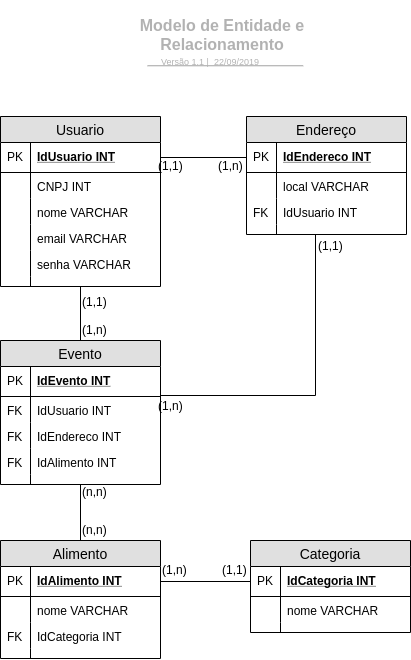
Earlier version of the draw.io export docs/images/MER.png (fga-eps-mds/2019.2-FoodCare). Source tidied: cells renumbered, new cells last; positions are measured from the earlier drawing's top-left corner, leaving out a move shared by most shapes.
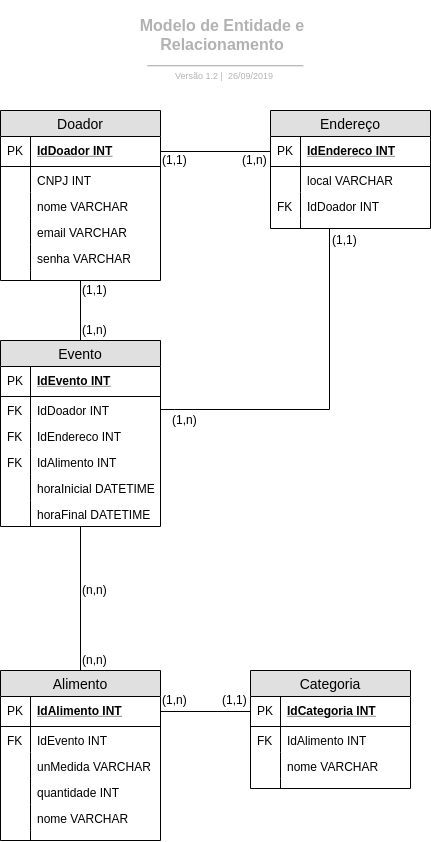
The same file after the commit.

Commit message:
Adiciona v2 do MER

Change to the diagram source:
```diff
@@ -14,13 +14,13 @@
     <mxCell id="5" style="html=1;jettySize=18;fontSize=11;strokeColor=#b2b2b2;strokeOpacity=100;strokeWidth=1.2;rounded=1;arcSize=16;startArrow=none;endArrow=none;exitX=0.11699004487890208;exitY=0.9673824779331781;exitPerimeter=1;entryX=0.892957226153803;entryY=0.9673824779331781;entryPerimeter=1;" parent="3" edge="1" source="4" target="4">
       <mxGeometry relative="1" as="geometry" />
     </mxCell>
-    <mxCell id="6" value="Versão 1.1 |&amp;nbsp; 22/09/2019" style="html=1;whiteSpace=wrap;fontSize=9;fontColor=#b2b2b2;align=center;spacingLeft=5.628;spacingRight=9.38;spacingTop=2.68;spacing=4;strokeOpacity=0;fillOpacity=0;rounded=1;absoluteArcSize=1;arcSize=9.6;fillColor=#ffffff;strokeWidth=1.2;" parent="3" vertex="1">
+    <mxCell id="6" value="Versão 1.2 |&amp;nbsp; 26/09/2019" style="html=1;whiteSpace=wrap;fontSize=9;fontColor=#b2b2b2;align=center;spacingLeft=5.628;spacingRight=9.38;spacingTop=2.68;spacing=4;strokeOpacity=0;fillOpacity=0;rounded=1;absoluteArcSize=1;arcSize=9.6;fillColor=#ffffff;strokeWidth=1.2;" parent="3" vertex="1">
       <mxGeometry x="1.7" y="65.2" width="188.3" height="17.8" as="geometry" />
     </mxCell>
-    <mxCell id="7" value="Usuario" style="swimlane;fontStyle=0;horizontal=1;startSize=26;fillColor=#e0e0e0;swimlaneFillColor=#ffffff;align=center;fontSize=14;" parent="1" vertex="1">
-      <mxGeometry x="14" y="130" width="160" height="170" as="geometry" />
+    <mxCell id="7" value="Doador" style="swimlane;fontStyle=0;horizontal=1;startSize=26;fillColor=#e0e0e0;swimlaneFillColor=#ffffff;align=center;fontSize=14;" parent="1" vertex="1">
+      <mxGeometry y="110" width="160" height="170" as="geometry" />
     </mxCell>
-    <mxCell id="8" value="IdUsuario INT" style="shape=partialRectangle;top=0;left=0;right=0;bottom=1;align=left;verticalAlign=middle;fillColor=none;spacingLeft=34;spacingRight=4;overflow=hidden;points=[[0,0.5],[1,0.5]];portConstraint=eastwest;fontStyle=5;fontSize=12;" parent="7" vertex="1">
+    <mxCell id="8" value="IdDoador INT" style="shape=partialRectangle;top=0;left=0;right=0;bottom=1;align=left;verticalAlign=middle;fillColor=none;spacingLeft=34;spacingRight=4;overflow=hidden;points=[[0,0.5],[1,0.5]];portConstraint=eastwest;fontStyle=5;fontSize=12;" parent="7" vertex="1">
       <mxGeometry y="26" width="160" height="30" as="geometry" />
     </mxCell>
     <mxCell id="9" value="PK" style="shape=partialRectangle;top=0;left=0;bottom=0;fillColor=none;align=left;verticalAlign=middle;spacingLeft=4;spacingRight=4;overflow=hidden;fontSize=12;" parent="8" vertex="1">
@@ -60,7 +60,7 @@
       <mxGeometry relative="1" as="geometry" />
     </mxCell>
     <mxCell id="21" value="Endereço" style="swimlane;fontStyle=0;horizontal=1;startSize=26;fillColor=#e0e0e0;swimlaneFillColor=#ffffff;align=center;fontSize=14;" parent="1" vertex="1">
-      <mxGeometry x="260" y="130" width="160" height="118" as="geometry" />
+      <mxGeometry x="270" y="110" width="160" height="118" as="geometry" />
     </mxCell>
     <mxCell id="22" value="IdEndereco INT" style="shape=partialRectangle;top=0;left=0;right=0;bottom=1;align=left;verticalAlign=middle;fillColor=none;spacingLeft=34;spacingRight=4;overflow=hidden;points=[[0,0.5],[1,0.5]];portConstraint=eastwest;fontStyle=5;fontSize=12;" parent="21" vertex="1">
       <mxGeometry y="26" width="160" height="30" as="geometry" />
@@ -74,7 +74,7 @@
     <mxCell id="25" style="shape=partialRectangle;top=0;left=0;bottom=0;fillColor=none;align=left;verticalAlign=top;spacingLeft=4;spacingRight=4;overflow=hidden;fontSize=12;" parent="24" vertex="1">
       <mxGeometry width="30" height="26" as="geometry" />
     </mxCell>
-    <mxCell id="26" value="IdUsuario INT" style="shape=partialRectangle;top=0;left=0;right=0;bottom=0;align=left;verticalAlign=top;fillColor=none;spacingLeft=34;spacingRight=4;overflow=hidden;fontSize=12;" parent="21" vertex="1">
+    <mxCell id="26" value="IdDoador INT" style="shape=partialRectangle;top=0;left=0;right=0;bottom=0;align=left;verticalAlign=top;fillColor=none;spacingLeft=34;spacingRight=4;overflow=hidden;fontSize=12;" parent="21" vertex="1">
       <mxGeometry y="82" width="160" height="26" as="geometry" />
     </mxCell>
     <mxCell id="27" value="FK" style="shape=partialRectangle;top=0;left=0;bottom=0;fillColor=none;align=left;verticalAlign=top;spacingLeft=4;spacingRight=4;overflow=hidden;fontSize=12;" parent="26" vertex="1">
@@ -90,7 +90,7 @@
       <mxGeometry relative="1" as="geometry" />
     </mxCell>
     <mxCell id="31" value="Evento" style="swimlane;fontStyle=0;horizontal=1;startSize=26;fillColor=#e0e0e0;swimlaneFillColor=#ffffff;align=center;fontSize=14;" parent="1" vertex="1">
-      <mxGeometry y="340" width="160" height="144" as="geometry" />
+      <mxGeometry y="340" width="160" height="186" as="geometry" />
     </mxCell>
     <mxCell id="32" value="IdEvento INT" style="shape=partialRectangle;top=0;left=0;right=0;bottom=1;align=left;verticalAlign=middle;fillColor=none;spacingLeft=34;spacingRight=4;overflow=hidden;points=[[0,0.5],[1,0.5]];portConstraint=eastwest;fontStyle=5;fontSize=12;" parent="31" vertex="1">
       <mxGeometry y="26" width="160" height="30" as="geometry" />
@@ -98,7 +98,7 @@
     <mxCell id="33" value="PK" style="shape=partialRectangle;top=0;left=0;bottom=0;fillColor=none;align=left;verticalAlign=middle;spacingLeft=4;spacingRight=4;overflow=hidden;fontSize=12;" parent="32" vertex="1">
       <mxGeometry width="30" height="30" as="geometry" />
     </mxCell>
-    <mxCell id="34" value="IdUsuario INT" style="shape=partialRectangle;top=0;left=0;right=0;bottom=0;align=left;verticalAlign=top;fillColor=none;spacingLeft=34;spacingRight=4;overflow=hidden;fontSize=12;" parent="31" vertex="1">
+    <mxCell id="34" value="IdDoador INT" style="shape=partialRectangle;top=0;left=0;right=0;bottom=0;align=left;verticalAlign=top;fillColor=none;spacingLeft=34;spacingRight=4;overflow=hidden;fontSize=12;" parent="31" vertex="1">
       <mxGeometry y="56" width="160" height="26" as="geometry" />
     </mxCell>
     <mxCell id="35" value="FK" style="shape=partialRectangle;top=0;left=0;bottom=0;fillColor=none;align=left;verticalAlign=top;spacingLeft=4;spacingRight=4;overflow=hidden;fontSize=12;" parent="34" vertex="1">
@@ -110,18 +110,24 @@
     <mxCell id="37" value="FK" style="shape=partialRectangle;top=0;left=0;bottom=0;fillColor=none;align=left;verticalAlign=top;spacingLeft=4;spacingRight=4;overflow=hidden;fontSize=12;" parent="36" vertex="1">
       <mxGeometry width="30" height="26" as="geometry" />
     </mxCell>
+    <mxCell id="71" value="IdAlimento INT" style="shape=partialRectangle;top=0;left=0;right=0;bottom=0;align=left;verticalAlign=top;fillColor=none;spacingLeft=34;spacingRight=4;overflow=hidden;fontSize=12;" parent="31" vertex="1">
+      <mxGeometry y="108" width="160" height="26" as="geometry" />
+    </mxCell>
+    <mxCell id="72" value="FK" style="shape=partialRectangle;top=0;left=0;bottom=0;fillColor=none;align=left;verticalAlign=top;spacingLeft=4;spacingRight=4;overflow=hidden;fontSize=12;" parent="71" vertex="1">
+      <mxGeometry width="30" height="26" as="geometry" />
+    </mxCell>
-    <mxCell id="38" value="IdAlimento INT" style="shape=partialRectangle;top=0;left=0;right=0;bottom=0;align=left;verticalAlign=top;fillColor=none;spacingLeft=34;spacingRight=4;overflow=hidden;fontSize=12;" parent="31" vertex="1">
-      <mxGeometry y="108" width="160" height="26" as="geometry" />
+    <mxCell id="38" value="horaInicial DATETIME" style="shape=partialRectangle;top=0;left=0;right=0;bottom=0;align=left;verticalAlign=top;fillColor=none;spacingLeft=34;spacingRight=4;overflow=hidden;fontSize=12;" parent="31" vertex="1">
+      <mxGeometry y="134" width="160" height="26" as="geometry" />
     </mxCell>
-    <mxCell id="39" value="FK" style="shape=partialRectangle;top=0;left=0;bottom=0;fillColor=none;align=left;verticalAlign=top;spacingLeft=4;spacingRight=4;overflow=hidden;fontSize=12;" parent="38" vertex="1">
+    <mxCell id="39" style="shape=partialRectangle;top=0;left=0;bottom=0;fillColor=none;align=left;verticalAlign=top;spacingLeft=4;spacingRight=4;overflow=hidden;fontSize=12;" parent="38" vertex="1">
       <mxGeometry width="30" height="26" as="geometry" />
     </mxCell>
-    <mxCell id="40" style="shape=partialRectangle;top=0;left=0;right=0;bottom=0;align=left;verticalAlign=top;fillColor=none;spacingLeft=34;spacingRight=4;overflow=hidden;fontSize=12;" parent="31" vertex="1">
-      <mxGeometry y="134" width="160" height="10" as="geometry" />
-    </mxCell>
-    <mxCell id="41" style="shape=partialRectangle;top=0;left=0;bottom=0;fillColor=none;align=left;verticalAlign=top;spacingLeft=4;spacingRight=4;overflow=hidden;fontSize=12;" parent="40" vertex="1">
-      <mxGeometry width="30" height="10" as="geometry" />
-    </mxCell>
+    <mxCell id="73" value="horaFinal DATETIME" style="shape=partialRectangle;top=0;left=0;right=0;bottom=0;align=left;verticalAlign=top;fillColor=none;spacingLeft=34;spacingRight=4;overflow=hidden;fontSize=12;" parent="31" vertex="1">
+      <mxGeometry y="160" width="160" height="26" as="geometry" />
+    </mxCell>
+    <mxCell id="74" style="shape=partialRectangle;top=0;left=0;bottom=0;fillColor=none;align=left;verticalAlign=top;spacingLeft=4;spacingRight=4;overflow=hidden;fontSize=12;" parent="73" vertex="1">
+      <mxGeometry width="30" height="26" as="geometry" />
+    </mxCell>
     <mxCell id="42" style="edgeStyle=orthogonalEdgeStyle;rounded=0;jettySize=auto;html=1;entryX=0.556;entryY=1;entryDx=0;entryDy=0;entryPerimeter=0;endArrow=none;endFill=0;exitX=1;exitY=0.5;exitDx=0;exitDy=0;" parent="1" edge="1" source="32" target="28">
       <mxGeometry relative="1" as="geometry">
         <Array as="points">
@@ -135,7 +141,7 @@
       <mxGeometry relative="1" as="geometry" />
     </mxCell>
     <mxCell id="44" value="Alimento" style="swimlane;fontStyle=0;horizontal=1;startSize=26;fillColor=#e0e0e0;swimlaneFillColor=#ffffff;align=center;fontSize=14;" parent="1" vertex="1">
-      <mxGeometry y="540" width="160" height="118" as="geometry" />
+      <mxGeometry y="670" width="160" height="170" as="geometry" />
     </mxCell>
     <mxCell id="45" value="IdAlimento INT" style="shape=partialRectangle;top=0;left=0;right=0;bottom=1;align=left;verticalAlign=middle;fillColor=none;spacingLeft=34;spacingRight=4;overflow=hidden;points=[[0,0.5],[1,0.5]];portConstraint=eastwest;fontStyle=5;fontSize=12;" parent="44" vertex="1">
       <mxGeometry y="26" width="160" height="30" as="geometry" />
@@ -143,26 +149,38 @@
     <mxCell id="46" value="PK" style="shape=partialRectangle;top=0;left=0;bottom=0;fillColor=none;align=left;verticalAlign=middle;spacingLeft=4;spacingRight=4;overflow=hidden;fontSize=12;" parent="45" vertex="1">
       <mxGeometry width="30" height="30" as="geometry" />
     </mxCell>
+    <mxCell id="75" value="IdEvento INT" style="shape=partialRectangle;top=0;left=0;right=0;bottom=0;align=left;verticalAlign=top;fillColor=none;spacingLeft=34;spacingRight=4;overflow=hidden;fontSize=12;" parent="44" vertex="1">
+      <mxGeometry y="56" width="160" height="26" as="geometry" />
+    </mxCell>
+    <mxCell id="76" value="FK" style="shape=partialRectangle;top=0;left=0;bottom=0;fillColor=none;align=left;verticalAlign=top;spacingLeft=4;spacingRight=4;overflow=hidden;fontSize=12;" parent="75" vertex="1">
+      <mxGeometry width="30" height="26" as="geometry" />
+    </mxCell>
+    <mxCell id="77" value="unMedida VARCHAR" style="shape=partialRectangle;top=0;left=0;right=0;bottom=0;align=left;verticalAlign=top;fillColor=none;spacingLeft=34;spacingRight=4;overflow=hidden;fontSize=12;" parent="44" vertex="1">
+      <mxGeometry y="82" width="160" height="26" as="geometry" />
+    </mxCell>
+    <mxCell id="78" style="shape=partialRectangle;top=0;left=0;bottom=0;fillColor=none;align=left;verticalAlign=top;spacingLeft=4;spacingRight=4;overflow=hidden;fontSize=12;" parent="77" vertex="1">
+      <mxGeometry width="30" height="26" as="geometry" />
+    </mxCell>
+    <mxCell id="79" value="quantidade INT" style="shape=partialRectangle;top=0;left=0;right=0;bottom=0;align=left;verticalAlign=top;fillColor=none;spacingLeft=34;spacingRight=4;overflow=hidden;fontSize=12;" parent="44" vertex="1">
+      <mxGeometry y="108" width="160" height="26" as="geometry" />
+    </mxCell>
+    <mxCell id="80" style="shape=partialRectangle;top=0;left=0;bottom=0;fillColor=none;align=left;verticalAlign=top;spacingLeft=4;spacingRight=4;overflow=hidden;fontSize=12;" parent="79" vertex="1">
+      <mxGeometry width="30" height="26" as="geometry" />
+    </mxCell>
     <mxCell id="47" value="nome VARCHAR" style="shape=partialRectangle;top=0;left=0;right=0;bottom=0;align=left;verticalAlign=top;fillColor=none;spacingLeft=34;spacingRight=4;overflow=hidden;fontSize=12;" parent="44" vertex="1">
-      <mxGeometry y="56" width="160" height="26" as="geometry" />
+      <mxGeometry y="134" width="160" height="26" as="geometry" />
     </mxCell>
     <mxCell id="48" style="shape=partialRectangle;top=0;left=0;bottom=0;fillColor=none;align=left;verticalAlign=top;spacingLeft=4;spacingRight=4;overflow=hidden;fontSize=12;" parent="47" vertex="1">
       <mxGeometry width="30" height="26" as="geometry" />
     </mxCell>
-    <mxCell id="49" value="IdCategoria INT" style="shape=partialRectangle;top=0;left=0;right=0;bottom=0;align=left;verticalAlign=top;fillColor=none;spacingLeft=34;spacingRight=4;overflow=hidden;fontSize=12;" parent="44" vertex="1">
-      <mxGeometry y="82" width="160" height="26" as="geometry" />
-    </mxCell>
-    <mxCell id="50" value="FK" style="shape=partialRectangle;top=0;left=0;bottom=0;fillColor=none;align=left;verticalAlign=top;spacingLeft=4;spacingRight=4;overflow=hidden;fontSize=12;" parent="49" vertex="1">
-      <mxGeometry width="30" height="26" as="geometry" />
-    </mxCell>
     <mxCell id="51" style="shape=partialRectangle;top=0;left=0;right=0;bottom=0;align=left;verticalAlign=top;fillColor=none;spacingLeft=34;spacingRight=4;overflow=hidden;fontSize=12;" parent="44" vertex="1">
-      <mxGeometry y="108" width="160" height="10" as="geometry" />
+      <mxGeometry y="160" width="160" height="10" as="geometry" />
     </mxCell>
     <mxCell id="52" style="shape=partialRectangle;top=0;left=0;bottom=0;fillColor=none;align=left;verticalAlign=top;spacingLeft=4;spacingRight=4;overflow=hidden;fontSize=12;" parent="51" vertex="1">
       <mxGeometry width="30" height="10" as="geometry" />
     </mxCell>
     <mxCell id="53" value="Categoria" style="swimlane;fontStyle=0;horizontal=1;startSize=26;fillColor=#e0e0e0;swimlaneFillColor=#ffffff;align=center;fontSize=14;" parent="1" vertex="1">
-      <mxGeometry x="250" y="540" width="160" height="92" as="geometry" />
+      <mxGeometry x="250" y="670" width="160" height="118" as="geometry" />
     </mxCell>
     <mxCell id="54" value="IdCategoria INT" style="shape=partialRectangle;top=0;left=0;right=0;bottom=1;align=left;verticalAlign=middle;fillColor=none;spacingLeft=34;spacingRight=4;overflow=hidden;points=[[0,0.5],[1,0.5]];portConstraint=eastwest;fontStyle=5;fontSize=12;" parent="53" vertex="1">
       <mxGeometry y="26" width="160" height="30" as="geometry" />
@@ -170,14 +188,20 @@
     <mxCell id="55" value="PK" style="shape=partialRectangle;top=0;left=0;bottom=0;fillColor=none;align=left;verticalAlign=middle;spacingLeft=4;spacingRight=4;overflow=hidden;fontSize=12;" parent="54" vertex="1">
       <mxGeometry width="30" height="30" as="geometry" />
     </mxCell>
+    <mxCell id="49" value="IdAlimento INT" style="shape=partialRectangle;top=0;left=0;right=0;bottom=0;align=left;verticalAlign=top;fillColor=none;spacingLeft=34;spacingRight=4;overflow=hidden;fontSize=12;" parent="53" vertex="1">
+      <mxGeometry y="56" width="160" height="26" as="geometry" />
+    </mxCell>
+    <mxCell id="50" value="FK" style="shape=partialRectangle;top=0;left=0;bottom=0;fillColor=none;align=left;verticalAlign=top;spacingLeft=4;spacingRight=4;overflow=hidden;fontSize=12;" parent="49" vertex="1">
+      <mxGeometry width="30" height="26" as="geometry" />
+    </mxCell>
     <mxCell id="56" value="nome VARCHAR" style="shape=partialRectangle;top=0;left=0;right=0;bottom=0;align=left;verticalAlign=top;fillColor=none;spacingLeft=34;spacingRight=4;overflow=hidden;fontSize=12;" parent="53" vertex="1">
-      <mxGeometry y="56" width="160" height="26" as="geometry" />
+      <mxGeometry y="82" width="160" height="26" as="geometry" />
     </mxCell>
     <mxCell id="57" style="shape=partialRectangle;top=0;left=0;bottom=0;fillColor=none;align=left;verticalAlign=top;spacingLeft=4;spacingRight=4;overflow=hidden;fontSize=12;" parent="56" vertex="1">
       <mxGeometry width="30" height="26" as="geometry" />
     </mxCell>
     <mxCell id="58" style="shape=partialRectangle;top=0;left=0;right=0;bottom=0;align=left;verticalAlign=top;fillColor=none;spacingLeft=34;spacingRight=4;overflow=hidden;fontSize=12;" parent="53" vertex="1">
-      <mxGeometry y="82" width="160" height="10" as="geometry" />
+      <mxGeometry y="108" width="160" height="10" as="geometry" />
     </mxCell>
     <mxCell id="59" style="shape=partialRectangle;top=0;left=0;bottom=0;fillColor=none;align=left;verticalAlign=top;spacingLeft=4;spacingRight=4;overflow=hidden;fontSize=12;" parent="58" vertex="1">
       <mxGeometry width="30" height="10" as="geometry" />
@@ -186,34 +210,34 @@
       <mxGeometry relative="1" as="geometry" />
     </mxCell>
     <mxCell id="61" value="(1,1)" style="text;html=1;align=left;verticalAlign=top;spacingTop=-4;" parent="1" vertex="1">
-      <mxGeometry x="170" y="170" width="40" height="20" as="geometry" />
+      <mxGeometry x="160" y="150" width="40" height="20" as="geometry" />
     </mxCell>
     <mxCell id="62" value="(1,n)" style="text;html=1;align=left;verticalAlign=top;spacingTop=-4;" parent="1" vertex="1">
-      <mxGeometry x="230" y="170" width="40" height="20" as="geometry" />
+      <mxGeometry x="240" y="150" width="40" height="20" as="geometry" />
     </mxCell>
     <mxCell id="63" value="(1,1)" style="text;html=1;align=left;verticalAlign=top;spacingTop=-4;" parent="1" vertex="1">
-      <mxGeometry x="80" y="292" width="40" height="20" as="geometry" />
+      <mxGeometry x="80" y="280" width="40" height="20" as="geometry" />
     </mxCell>
     <mxCell id="64" value="(1,n)" style="text;html=1;align=left;verticalAlign=top;spacingTop=-4;" parent="1" vertex="1">
       <mxGeometry x="80" y="320" width="40" height="20" as="geometry" />
     </mxCell>
     <mxCell id="65" value="(1,1)" style="text;html=1;align=left;verticalAlign=top;spacingTop=-4;" parent="1" vertex="1">
-      <mxGeometry x="330" y="250" width="40" height="20" as="geometry" />
+      <mxGeometry x="330" y="230" width="40" height="20" as="geometry" />
     </mxCell>
     <mxCell id="66" value="(1,n)" style="text;html=1;align=left;verticalAlign=top;spacingTop=-4;" parent="1" vertex="1">
       <mxGeometry x="170" y="410" width="40" height="20" as="geometry" />
     </mxCell>
     <mxCell id="67" value="(n,n)" style="text;html=1;align=left;verticalAlign=top;spacingTop=-4;" parent="1" vertex="1">
-      <mxGeometry x="80" y="482" width="40" height="20" as="geometry" />
+      <mxGeometry x="80" y="650" width="40" height="20" as="geometry" />
     </mxCell>
     <mxCell id="68" value="(n,n)" style="text;html=1;align=left;verticalAlign=top;spacingTop=-4;" parent="1" vertex="1">
-      <mxGeometry x="80" y="520" width="40" height="20" as="geometry" />
+      <mxGeometry x="80" y="580" width="40" height="20" as="geometry" />
     </mxCell>
     <mxCell id="69" value="(1,1)" style="text;html=1;align=left;verticalAlign=top;spacingTop=-4;" parent="1" vertex="1">
-      <mxGeometry x="220" y="560" width="40" height="20" as="geometry" />
+      <mxGeometry x="220" y="690" width="40" height="20" as="geometry" />
     </mxCell>
     <mxCell id="70" value="(1,n)" style="text;html=1;align=left;verticalAlign=top;spacingTop=-4;" parent="1" vertex="1">
-      <mxGeometry x="160" y="560" width="40" height="20" as="geometry" />
+      <mxGeometry x="160" y="690" width="40" height="20" as="geometry" />
     </mxCell>
   </root>
 </mxGraphModel>
```
